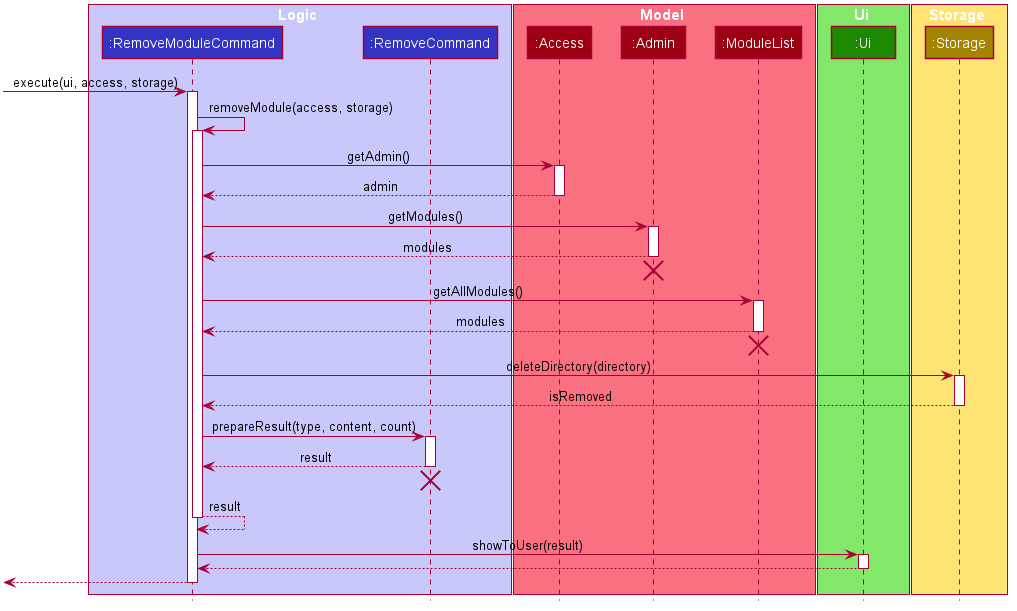
Above: docs/DG_Images/RemoveModuleCommandSeqDiagram.png in nus-cs2113-AY2021S1/tp (PlantUML), before the change.
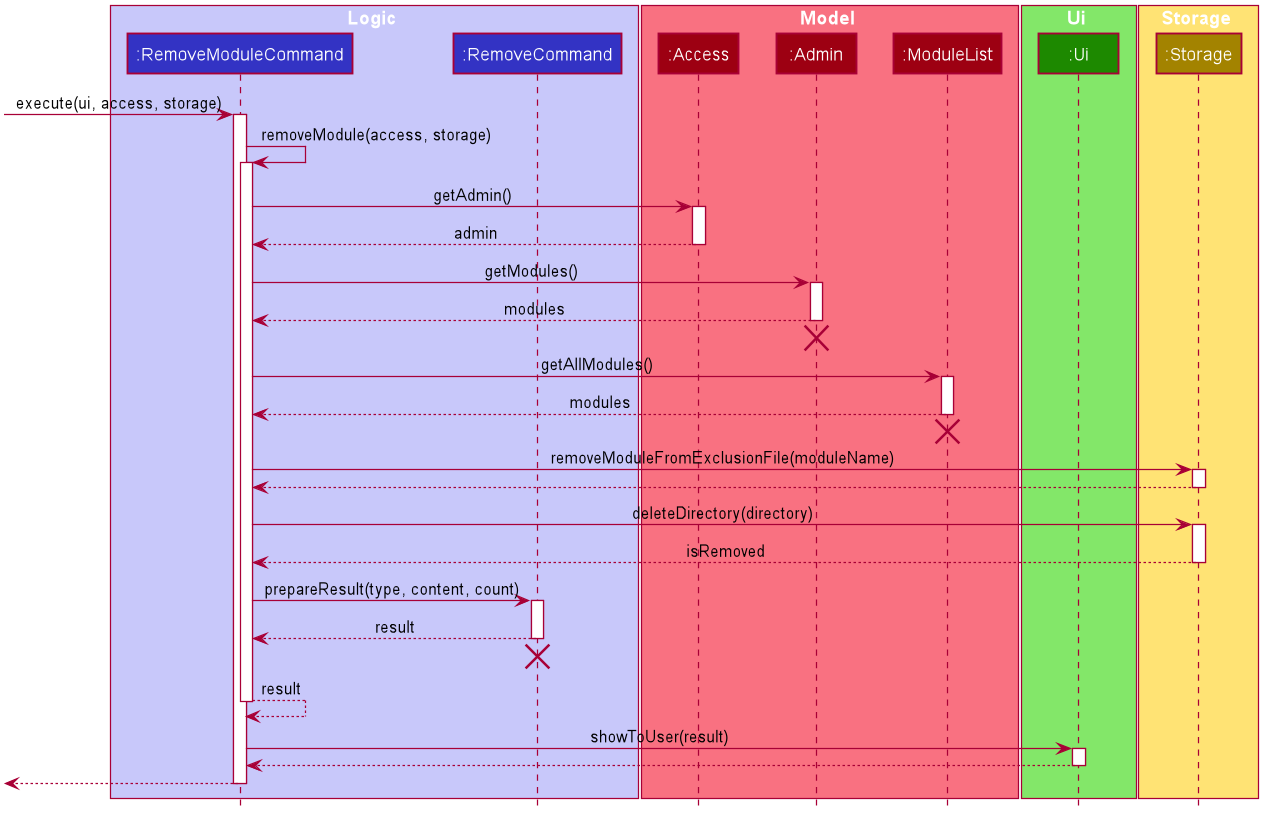
The same diagram one commit later.

What changed in the source:
```diff
@@ -1,4 +1,5 @@
 @startuml
+
 
 
 
@@ -43,6 +44,9 @@
 skinparam Shadowing false
 skinparam DefaultTextAlignment center
 skinparam packageStyle Rectangle
+skinparam classAttributeIconSize 0
+skinparam classAttributeFontColor white
+skinparam classAttributeFontSize 12
 
 hide footbox
 hide members
@@ -87,6 +91,10 @@
 deactivate ModuleList
 [<-[hidden]- ModuleList
 destroy ModuleList
+RemoveModuleCommand -> Storage : removeModuleFromExclusionFile(moduleName)
+activate Storage
+RemoveModuleCommand <-- Storage
+deactivate Storage
 RemoveModuleCommand -> Storage : deleteDirectory(directory)
 activate Storage
 RemoveModuleCommand <-- Storage : isRemoved
```
